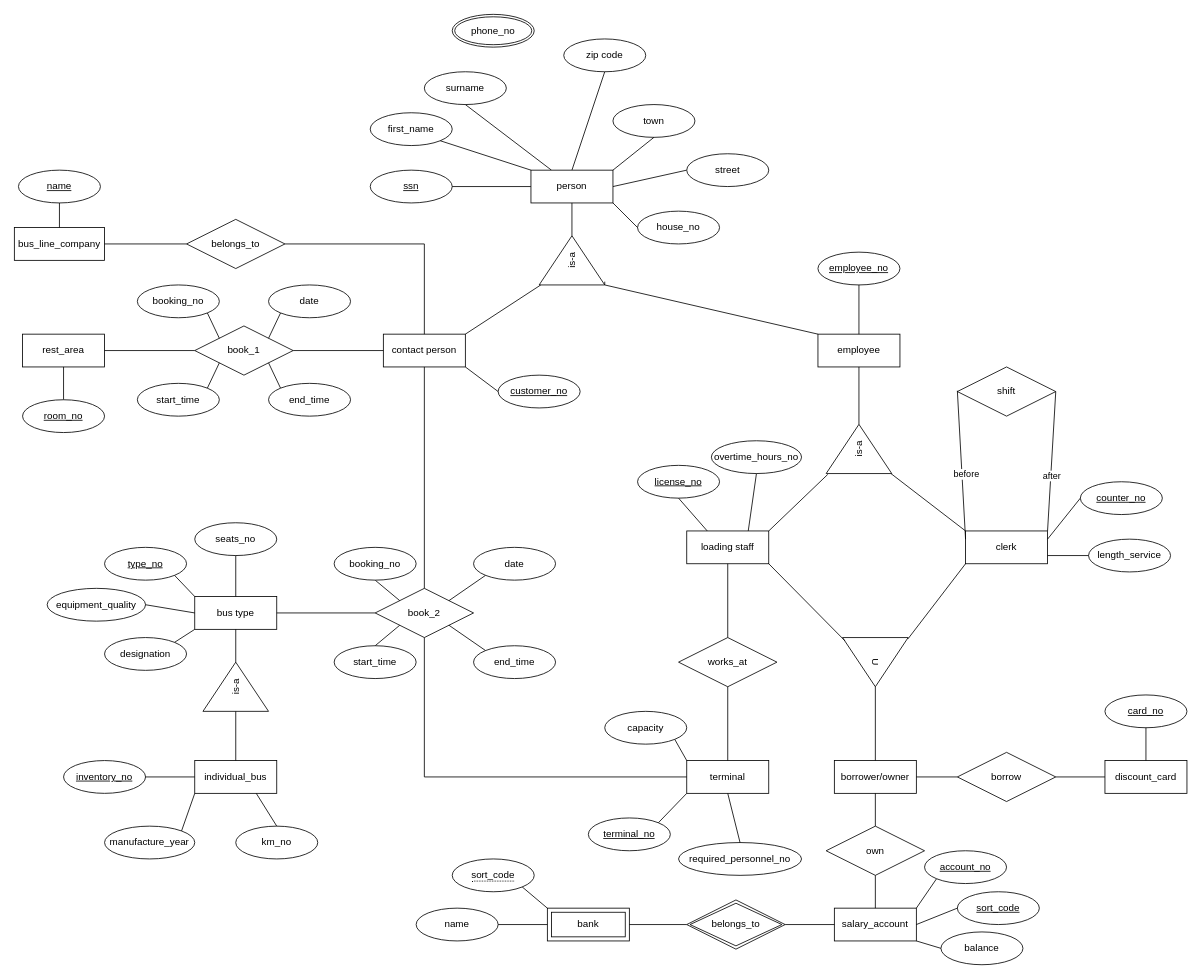
Martinaeht/DBS-Projektgruppe-5_ERM keeps this draw.io diagram as ERM project_group 5.drawio. Above is the earlier version. Source tidied: cells renumbered, new cells numbered last; positions are measured from the earlier drawing's top-left corner, leaving out a move shared by most shapes. Both pictures are drawn from the tidied source at 82%, with x=0, y=0 at pixel (14, 14).
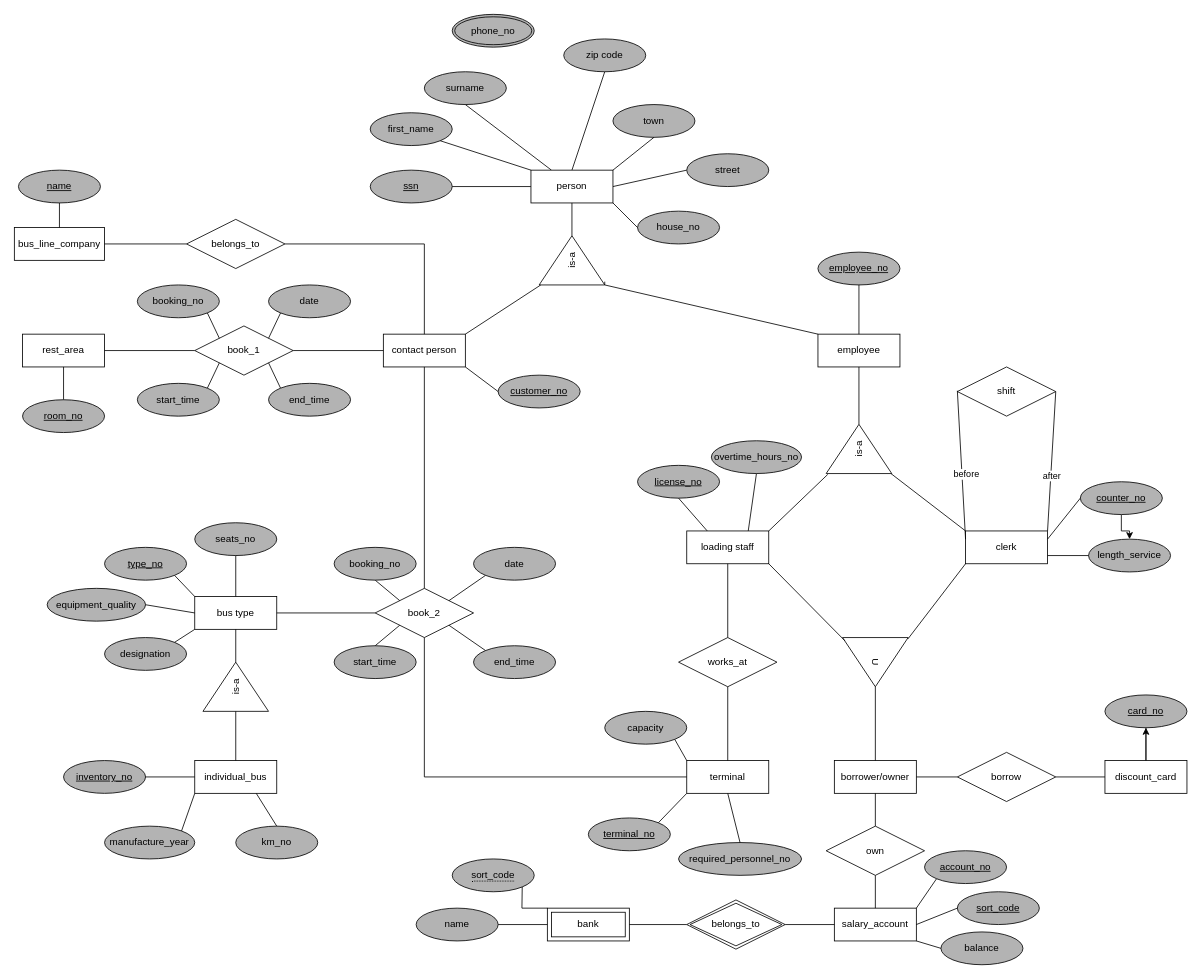
The same diagram, later.

Unchanged cells that the change refers to:
```xml
<mxCell id="112" value="discount_card" style="whiteSpace=wrap;html=1;align=center;" parent="1" vertex="1">
  <mxGeometry x="1330" y="910" width="100" height="40" as="geometry" />
</mxCell>
<mxCell id="124" value="bank" style="shape=ext;margin=3;double=1;whiteSpace=wrap;html=1;align=center;" parent="1" vertex="1">
  <mxGeometry x="650" y="1090" width="100" height="40" as="geometry" />
</mxCell>
```

The edit, as a diff of the source:
```diff
@@
-    <mxCell id="2" value="ssn" style="ellipse;whiteSpace=wrap;html=1;align=center;fontStyle=4;" parent="1" vertex="1">
+    <mxCell id="2" value="ssn" style="ellipse;whiteSpace=wrap;html=1;align=center;fontStyle=4;fillColor=#B3B3B3;" parent="1" vertex="1">
       <mxGeometry x="434" y="190" width="100" height="40" as="geometry" />
     </mxCell>
@@
-    <mxCell id="4" value="first_name" style="ellipse;whiteSpace=wrap;html=1;align=center;" parent="1" vertex="1">
+    <mxCell id="4" value="first_name" style="ellipse;whiteSpace=wrap;html=1;align=center;fillColor=#B3B3B3;" parent="1" vertex="1">
       <mxGeometry x="434" y="120" width="100" height="40" as="geometry" />
     </mxCell>
-    <mxCell id="5" value="surname" style="ellipse;whiteSpace=wrap;html=1;align=center;" parent="1" vertex="1">
+    <mxCell id="5" value="surname" style="ellipse;whiteSpace=wrap;html=1;align=center;fillColor=#B3B3B3;" parent="1" vertex="1">
       <mxGeometry x="500" y="70" width="100" height="40" as="geometry" />
     </mxCell>
@@
-    <mxCell id="8" value="zip code" style="ellipse;whiteSpace=wrap;html=1;align=center;" parent="1" vertex="1">
+    <mxCell id="8" value="zip code" style="ellipse;whiteSpace=wrap;html=1;align=center;fillColor=#B3B3B3;" parent="1" vertex="1">
       <mxGeometry x="670" y="30" width="100" height="40" as="geometry" />
     </mxCell>
@@
-    <mxCell id="10" value="town" style="ellipse;whiteSpace=wrap;html=1;align=center;" parent="1" vertex="1">
+    <mxCell id="10" value="town" style="ellipse;whiteSpace=wrap;html=1;align=center;fillColor=#B3B3B3;" parent="1" vertex="1">
       <mxGeometry x="730" y="110" width="100" height="40" as="geometry" />
     </mxCell>
-    <mxCell id="11" value="house_no" style="ellipse;whiteSpace=wrap;html=1;align=center;" parent="1" vertex="1">
+    <mxCell id="11" value="house_no" style="ellipse;whiteSpace=wrap;html=1;align=center;fillColor=#B3B3B3;" parent="1" vertex="1">
       <mxGeometry x="760" y="240" width="100" height="40" as="geometry" />
     </mxCell>
@@
-    <mxCell id="21" value="phone_no" style="ellipse;shape=doubleEllipse;margin=3;whiteSpace=wrap;html=1;align=center;" parent="1" vertex="1">
+    <mxCell id="21" value="phone_no" style="ellipse;shape=doubleEllipse;margin=3;whiteSpace=wrap;html=1;align=center;fillColor=#B3B3B3;" parent="1" vertex="1">
       <mxGeometry x="534" width="100" height="40" as="geometry" />
     </mxCell>
@@
-    <mxCell id="30" value="length_service" style="ellipse;whiteSpace=wrap;html=1;align=center;" parent="1" vertex="1">
+    <mxCell id="30" value="length_service" style="ellipse;whiteSpace=wrap;html=1;align=center;fillColor=#B3B3B3;" parent="1" vertex="1">
       <mxGeometry x="1310" y="640" width="100" height="40" as="geometry" />
     </mxCell>
@@
+    <mxCell id="139" style="edgeStyle=orthogonalEdgeStyle;rounded=0;jettySize=auto;html=1;" parent="1" edge="1" source="39" target="30">
+      <mxGeometry relative="1" as="geometry" />
+    </mxCell>
-    <mxCell id="39" value="counter_no" style="ellipse;whiteSpace=wrap;html=1;align=center;fontStyle=4;" parent="1" vertex="1">
+    <mxCell id="39" value="counter_no" style="ellipse;whiteSpace=wrap;html=1;align=center;fontStyle=4;fillColor=#B3B3B3;" parent="1" vertex="1">
       <mxGeometry x="1300" y="570" width="100" height="40" as="geometry" />
     </mxCell>
-    <mxCell id="40" value="license_no" style="ellipse;whiteSpace=wrap;html=1;align=center;fontStyle=4;" parent="1" vertex="1">
+    <mxCell id="40" value="license_no" style="ellipse;whiteSpace=wrap;html=1;align=center;fontStyle=4;fillColor=#B3B3B3;" parent="1" vertex="1">
       <mxGeometry x="760" y="550" width="100" height="40" as="geometry" />
     </mxCell>
@@
-    <mxCell id="42" value="overtime_hours_no" style="ellipse;whiteSpace=wrap;html=1;align=center;" parent="1" vertex="1">
+    <mxCell id="42" value="overtime_hours_no" style="ellipse;whiteSpace=wrap;html=1;align=center;fillColor=#B3B3B3;" parent="1" vertex="1">
       <mxGeometry x="850" y="520" width="110" height="40" as="geometry" />
     </mxCell>
@@
-    <mxCell id="48" value="terminal_no" style="ellipse;whiteSpace=wrap;html=1;align=center;fontStyle=4;" parent="1" vertex="1">
+    <mxCell id="48" value="terminal_no" style="ellipse;whiteSpace=wrap;html=1;align=center;fontStyle=4;fillColor=#B3B3B3;" parent="1" vertex="1">
       <mxGeometry x="700" y="980" width="100" height="40" as="geometry" />
     </mxCell>
@@
-    <mxCell id="50" value="required_personnel_no" style="ellipse;whiteSpace=wrap;html=1;align=center;" parent="1" vertex="1">
+    <mxCell id="50" value="required_personnel_no" style="ellipse;whiteSpace=wrap;html=1;align=center;fillColor=#B3B3B3;" parent="1" vertex="1">
       <mxGeometry x="810" y="1010" width="150" height="40" as="geometry" />
     </mxCell>
@@
-    <mxCell id="52" value="capacity" style="ellipse;whiteSpace=wrap;html=1;align=center;" parent="1" vertex="1">
+    <mxCell id="52" value="capacity" style="ellipse;whiteSpace=wrap;html=1;align=center;fillColor=#B3B3B3;" parent="1" vertex="1">
       <mxGeometry x="720" y="850" width="100" height="40" as="geometry" />
     </mxCell>
@@
-    <mxCell id="69" value="name" style="ellipse;whiteSpace=wrap;html=1;align=center;fontStyle=4;" parent="1" vertex="1">
+    <mxCell id="69" value="name" style="ellipse;whiteSpace=wrap;html=1;align=center;fontStyle=4;fillColor=#B3B3B3;" parent="1" vertex="1">
       <mxGeometry x="5" y="190" width="100" height="40" as="geometry" />
     </mxCell>
@@
-    <mxCell id="72" value="room_no" style="ellipse;whiteSpace=wrap;html=1;align=center;fontStyle=4;" parent="1" vertex="1">
+    <mxCell id="72" value="room_no" style="ellipse;whiteSpace=wrap;html=1;align=center;fontStyle=4;fillColor=#B3B3B3;" parent="1" vertex="1">
       <mxGeometry x="10" y="470" width="100" height="40" as="geometry" />
     </mxCell>
-    <mxCell id="73" value="booking_no" style="ellipse;whiteSpace=wrap;html=1;align=center;" parent="1" vertex="1">
+    <mxCell id="73" value="booking_no" style="ellipse;whiteSpace=wrap;html=1;align=center;fillColor=#B3B3B3;" parent="1" vertex="1">
       <mxGeometry x="150" y="330" width="100" height="40" as="geometry" />
     </mxCell>
-    <mxCell id="74" value="date" style="ellipse;whiteSpace=wrap;html=1;align=center;" parent="1" vertex="1">
+    <mxCell id="74" value="date" style="ellipse;whiteSpace=wrap;html=1;align=center;fillColor=#B3B3B3;" parent="1" vertex="1">
       <mxGeometry x="310" y="330" width="100" height="40" as="geometry" />
     </mxCell>
-    <mxCell id="75" value="start_time" style="ellipse;whiteSpace=wrap;html=1;align=center;" parent="1" vertex="1">
+    <mxCell id="75" value="start_time" style="ellipse;whiteSpace=wrap;html=1;align=center;fillColor=#B3B3B3;" parent="1" vertex="1">
       <mxGeometry x="150" y="450" width="100" height="40" as="geometry" />
     </mxCell>
-    <mxCell id="76" value="end_time" style="ellipse;whiteSpace=wrap;html=1;align=center;" parent="1" vertex="1">
+    <mxCell id="76" value="end_time" style="ellipse;whiteSpace=wrap;html=1;align=center;fillColor=#B3B3B3;" parent="1" vertex="1">
       <mxGeometry x="310" y="450" width="100" height="40" as="geometry" />
     </mxCell>
@@
-    <mxCell id="81" value="customer_no" style="ellipse;whiteSpace=wrap;html=1;align=center;fontStyle=4;" parent="1" vertex="1">
+    <mxCell id="81" value="customer_no" style="ellipse;whiteSpace=wrap;html=1;align=center;fontStyle=4;fillColor=#B3B3B3;" parent="1" vertex="1">
       <mxGeometry x="590" y="440" width="100" height="40" as="geometry" />
     </mxCell>
@@
-    <mxCell id="83" value="street" style="ellipse;whiteSpace=wrap;html=1;align=center;" parent="1" vertex="1">
+    <mxCell id="83" value="street" style="ellipse;whiteSpace=wrap;html=1;align=center;fillColor=#B3B3B3;" parent="1" vertex="1">
       <mxGeometry x="820" y="170" width="100" height="40" as="geometry" />
     </mxCell>
-    <mxCell id="84" value="employee_no" style="ellipse;whiteSpace=wrap;html=1;align=center;fontStyle=4;" parent="1" vertex="1">
+    <mxCell id="84" value="employee_no" style="ellipse;whiteSpace=wrap;html=1;align=center;fontStyle=4;fillColor=#B3B3B3;" parent="1" vertex="1">
       <mxGeometry x="980" y="290" width="100" height="40" as="geometry" />
     </mxCell>
@@
-    <mxCell id="86" value="date" style="ellipse;whiteSpace=wrap;html=1;align=center;" parent="1" vertex="1">
+    <mxCell id="86" value="date" style="ellipse;whiteSpace=wrap;html=1;align=center;fillColor=#B3B3B3;" parent="1" vertex="1">
       <mxGeometry x="560" y="650" width="100" height="40" as="geometry" />
     </mxCell>
-    <mxCell id="87" value="end_time" style="ellipse;whiteSpace=wrap;html=1;align=center;" parent="1" vertex="1">
+    <mxCell id="87" value="end_time" style="ellipse;whiteSpace=wrap;html=1;align=center;fillColor=#B3B3B3;" parent="1" vertex="1">
       <mxGeometry x="560" y="770" width="100" height="40" as="geometry" />
     </mxCell>
@@
-    <mxCell id="92" value="type_no" style="ellipse;whiteSpace=wrap;html=1;align=center;fontStyle=4;" parent="1" vertex="1">
+    <mxCell id="92" value="type_no" style="ellipse;whiteSpace=wrap;html=1;align=center;fontStyle=4;fillColor=#B3B3B3;" parent="1" vertex="1">
       <mxGeometry x="110" y="650" width="100" height="40" as="geometry" />
     </mxCell>
-    <mxCell id="93" value="equipment_quality" style="ellipse;whiteSpace=wrap;html=1;align=center;" parent="1" vertex="1">
+    <mxCell id="93" value="equipment_quality" style="ellipse;whiteSpace=wrap;html=1;align=center;fillColor=#B3B3B3;" parent="1" vertex="1">
       <mxGeometry x="40" y="700" width="120" height="40" as="geometry" />
     </mxCell>
-    <mxCell id="94" value="seats_no" style="ellipse;whiteSpace=wrap;html=1;align=center;" parent="1" vertex="1">
+    <mxCell id="94" value="seats_no" style="ellipse;whiteSpace=wrap;html=1;align=center;fillColor=#B3B3B3;" parent="1" vertex="1">
       <mxGeometry x="220" y="620" width="100" height="40" as="geometry" />
     </mxCell>
-    <mxCell id="95" value="designation" style="ellipse;whiteSpace=wrap;html=1;align=center;" parent="1" vertex="1">
+    <mxCell id="95" value="designation" style="ellipse;whiteSpace=wrap;html=1;align=center;fillColor=#B3B3B3;" parent="1" vertex="1">
       <mxGeometry x="110" y="760" width="100" height="40" as="geometry" />
     </mxCell>
@@
-    <mxCell id="100" value="manufacture_year" style="ellipse;whiteSpace=wrap;html=1;align=center;" parent="1" vertex="1">
+    <mxCell id="100" value="manufacture_year" style="ellipse;whiteSpace=wrap;html=1;align=center;fillColor=#B3B3B3;" parent="1" vertex="1">
       <mxGeometry x="110" y="990" width="110" height="40" as="geometry" />
     </mxCell>
-    <mxCell id="101" value="inventory_no" style="ellipse;whiteSpace=wrap;html=1;align=center;fontStyle=4;" parent="1" vertex="1">
+    <mxCell id="101" value="inventory_no" style="ellipse;whiteSpace=wrap;html=1;align=center;fontStyle=4;fillColor=#B3B3B3;" parent="1" vertex="1">
       <mxGeometry x="60" y="910" width="100" height="40" as="geometry" />
     </mxCell>
-    <mxCell id="102" value="km_no" style="ellipse;whiteSpace=wrap;html=1;align=center;" parent="1" vertex="1">
+    <mxCell id="102" value="km_no" style="ellipse;whiteSpace=wrap;html=1;align=center;fillColor=#B3B3B3;" parent="1" vertex="1">
       <mxGeometry x="270" y="990" width="100" height="40" as="geometry" />
     </mxCell>
@@
-    <mxCell id="107" value="start_time" style="ellipse;whiteSpace=wrap;html=1;align=center;" parent="1" vertex="1">
+    <mxCell id="107" value="start_time" style="ellipse;whiteSpace=wrap;html=1;align=center;fillColor=#B3B3B3;" parent="1" vertex="1">
       <mxGeometry x="390" y="770" width="100" height="40" as="geometry" />
     </mxCell>
@@
-    <mxCell id="109" value="booking_no" style="ellipse;whiteSpace=wrap;html=1;align=center;" parent="1" vertex="1">
+    <mxCell id="109" value="booking_no" style="ellipse;whiteSpace=wrap;html=1;align=center;fillColor=#B3B3B3;" parent="1" vertex="1">
       <mxGeometry x="390" y="650" width="100" height="40" as="geometry" />
     </mxCell>
@@
+    <mxCell id="140" style="edgeStyle=orthogonalEdgeStyle;rounded=0;jettySize=auto;html=1;" parent="1" edge="1" source="112" target="114">
+      <mxGeometry relative="1" as="geometry" />
+    </mxCell>
@@
-    <mxCell id="114" value="card_no" style="ellipse;whiteSpace=wrap;html=1;align=center;fontStyle=4;" parent="1" vertex="1">
+    <mxCell id="114" value="card_no" style="ellipse;whiteSpace=wrap;html=1;align=center;fontStyle=4;fillColor=#B3B3B3;" parent="1" vertex="1">
       <mxGeometry x="1330" y="830" width="100" height="40" as="geometry" />
     </mxCell>
@@
-    <mxCell id="129" value="account_no" style="ellipse;whiteSpace=wrap;html=1;align=center;fontStyle=4;" parent="1" vertex="1">
+    <mxCell id="129" value="account_no" style="ellipse;whiteSpace=wrap;html=1;align=center;fontStyle=4;fillColor=#B3B3B3;" parent="1" vertex="1">
       <mxGeometry x="1110" y="1020" width="100" height="40" as="geometry" />
     </mxCell>
-    <mxCell id="130" value="sort_code" style="ellipse;whiteSpace=wrap;html=1;align=center;fontStyle=4;" parent="1" vertex="1">
+    <mxCell id="130" value="sort_code" style="ellipse;whiteSpace=wrap;html=1;align=center;fontStyle=4;fillColor=#B3B3B3;" parent="1" vertex="1">
       <mxGeometry x="1150" y="1070" width="100" height="40" as="geometry" />
     </mxCell>
-    <mxCell id="131" value="balance" style="ellipse;whiteSpace=wrap;html=1;align=center;" parent="1" vertex="1">
+    <mxCell id="131" value="balance" style="ellipse;whiteSpace=wrap;html=1;align=center;fillColor=#B3B3B3;" parent="1" vertex="1">
       <mxGeometry x="1130" y="1119" width="100" height="40" as="geometry" />
     </mxCell>
-    <mxCell id="132" value="&lt;span style=&quot;border-bottom: 1px dotted&quot;&gt;sort_code&lt;/span&gt;" style="ellipse;whiteSpace=wrap;html=1;align=center;" parent="1" vertex="1">
+    <mxCell id="132" value="&lt;span style=&quot;border-bottom: 1px dotted&quot;&gt;sort_code&lt;/span&gt;" style="ellipse;whiteSpace=wrap;html=1;align=center;fillColor=#B3B3B3;" parent="1" vertex="1">
       <mxGeometry x="534" y="1030" width="100" height="40" as="geometry" />
     </mxCell>
-    <mxCell id="133" value="name" style="ellipse;whiteSpace=wrap;html=1;align=center;" parent="1" vertex="1">
+    <mxCell id="133" value="name" style="ellipse;whiteSpace=wrap;html=1;align=center;fillColor=#B3B3B3;" parent="1" vertex="1">
       <mxGeometry x="490" y="1090" width="100" height="40" as="geometry" />
     </mxCell>
     <mxCell id="134" style="endArrow=none;html=1;rounded=0;exitX=1;exitY=1;exitDx=0;exitDy=0;entryX=0;entryY=0;entryDx=0;entryDy=0;" parent="1" edge="1" source="132" target="124">
-      <mxGeometry relative="1" as="geometry" />
+      <mxGeometry relative="1" as="geometry">
+        <Array as="points">
+          <mxPoint x="619" y="1090" />
+        </Array>
+      </mxGeometry>
     </mxCell>
```
